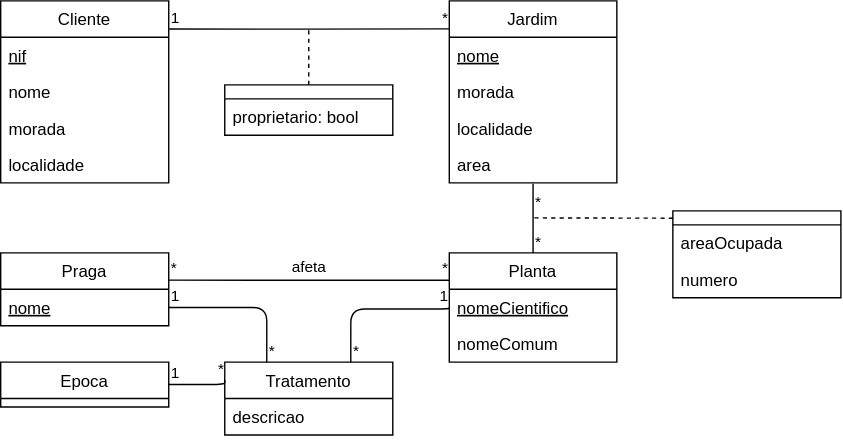
dmfrodrigues/feup-bdad-ex keeps this draw.io diagram as 01-uml/01-P-uml/01.01-P-uml-02.svg. Above is the earlier version. Source tidied: cells renumbered, new cells last; positions are measured from the earlier drawing's top-left corner, leaving out a move shared by most shapes.
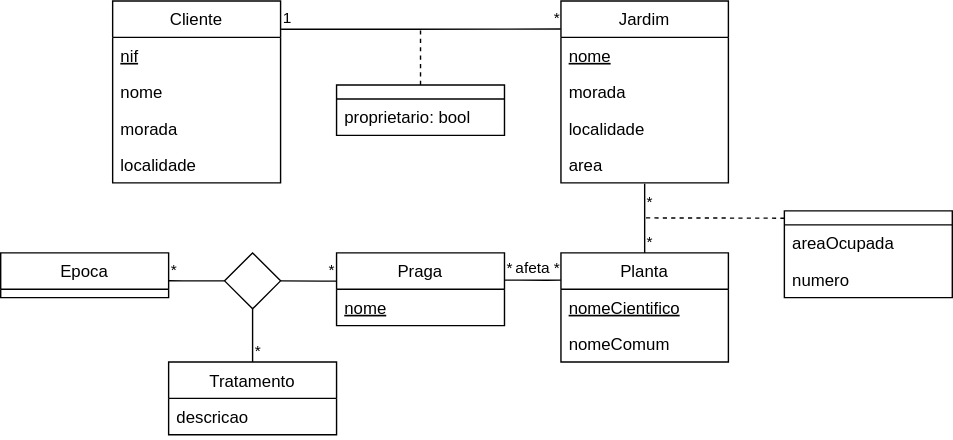
Later version of the same file.

Diff of the diagram source:
```diff
@@ -73,7 +73,8 @@
     <mxCell id="22" value="afeta" style="endArrow=none;html=1;edgeStyle=orthogonalEdgeStyle;exitX=0;exitY=0.25;exitDx=0;exitDy=0;entryX=0.999;entryY=0.374;entryDx=0;entryDy=0;entryPerimeter=0;verticalAlign=bottom;" parent="1" edge="1" source="28" target="31">
       <mxGeometry relative="1" as="geometry">
         <Array as="points">
-          <mxPoint x="260" y="200" />
+          <mxPoint x="300" y="199" />
+          <mxPoint x="300" y="199" />
         </Array>
       </mxGeometry>
     </mxCell>
@@ -101,60 +102,45 @@
     <mxCell id="30" value="nomeComum" style="text;strokeColor=none;fillColor=none;align=left;verticalAlign=top;spacingLeft=4;spacingRight=4;overflow=hidden;fontStyle=0;" parent="28" vertex="1">
       <mxGeometry y="52" width="119.7" height="26" as="geometry" />
     </mxCell>
+    <mxCell id="33" style="endArrow=none;html=1;edgeStyle=orthogonalEdgeStyle;verticalAlign=bottom;entryX=-0.002;entryY=0.389;entryDx=0;entryDy=0;entryPerimeter=0;exitX=1;exitY=0.5;exitDx=0;exitDy=0;" parent="1" edge="1" source="45" target="31">
+      <mxGeometry relative="1" as="geometry">
+        <Array as="points">
+          <mxPoint x="160" y="200" />
+        </Array>
+      </mxGeometry>
+    </mxCell>
+    <mxCell id="35" value="*" style="edgeLabel;html=1;align=right;verticalAlign=bottom;" parent="33" vertex="1">
+      <mxGeometry x="1" relative="1" as="geometry" />
+    </mxCell>
+    <mxCell id="42" style="endArrow=none;html=1;edgeStyle=orthogonalEdgeStyle;verticalAlign=bottom;exitX=0;exitY=0.5;exitDx=0;exitDy=0;entryX=1.002;entryY=0.623;entryDx=0;entryDy=0;entryPerimeter=0;" parent="1" edge="1" source="45" target="41">
+      <mxGeometry relative="1" as="geometry" />
+    </mxCell>
+    <mxCell id="44" value="*" style="edgeLabel;html=1;align=left;verticalAlign=bottom;" parent="42" vertex="1">
+      <mxGeometry x="1" relative="1" as="geometry" />
+    </mxCell>
     <mxCell id="31" value="Praga" style="swimlane;fontStyle=0;horizontal=1;startSize=26;fillColor=none;" parent="1" vertex="1">
-      <mxGeometry y="180" width="120" height="52" as="geometry" />
+      <mxGeometry x="160" y="180" width="120" height="52" as="geometry" />
     </mxCell>
     <mxCell id="32" value="nome" style="text;strokeColor=none;fillColor=none;align=left;verticalAlign=top;spacingLeft=4;spacingRight=4;overflow=hidden;points=[[0,0.5],[1,0.5]];portConstraint=eastwest;fontStyle=4;" parent="31" vertex="1">
       <mxGeometry y="26" width="120" height="26" as="geometry" />
     </mxCell>
-    <mxCell id="33" style="endArrow=none;html=1;edgeStyle=orthogonalEdgeStyle;entryX=1;entryY=0.5;entryDx=0;entryDy=0;verticalAlign=bottom;exitX=0.25;exitY=0;exitDx=0;exitDy=0;" parent="1" edge="1" source="39" target="32">
-      <mxGeometry relative="1" as="geometry">
-        <Array as="points">
-          <mxPoint x="190" y="219" />
-        </Array>
-      </mxGeometry>
-    </mxCell>
-    <mxCell id="34" value="*" style="edgeLabel;html=1;align=left;verticalAlign=bottom;" parent="33" vertex="1">
-      <mxGeometry x="-1" relative="1" as="geometry" />
-    </mxCell>
-    <mxCell id="35" value="1" style="edgeLabel;html=1;align=left;verticalAlign=bottom;" parent="33" vertex="1">
-      <mxGeometry x="1" relative="1" as="geometry" />
-    </mxCell>
-    <mxCell id="36" style="endArrow=none;html=1;edgeStyle=orthogonalEdgeStyle;verticalAlign=bottom;entryX=0;entryY=0.5;entryDx=0;entryDy=0;exitX=0.75;exitY=0;exitDx=0;exitDy=0;" parent="1" edge="1" source="39" target="29">
-      <mxGeometry relative="1" as="geometry">
-        <Array as="points">
-          <mxPoint x="250" y="220" />
-          <mxPoint x="320" y="220" />
-        </Array>
-      </mxGeometry>
-    </mxCell>
-    <mxCell id="37" value="*" style="edgeLabel;html=1;align=left;verticalAlign=bottom;" parent="36" vertex="1">
-      <mxGeometry x="-1" relative="1" as="geometry" />
-    </mxCell>
-    <mxCell id="38" value="1" style="edgeLabel;html=1;align=right;verticalAlign=bottom;" parent="36" vertex="1">
-      <mxGeometry x="1" relative="1" as="geometry" />
-    </mxCell>
+    <mxCell id="45" style="rhombus;whiteSpace=wrap;html=1;" parent="1" vertex="1">
+      <mxGeometry x="80" y="180" width="40" height="40" as="geometry" />
+    </mxCell>
+    <mxCell id="46" style="endArrow=none;html=1;edgeStyle=orthogonalEdgeStyle;verticalAlign=bottom;entryX=0.5;entryY=0;entryDx=0;entryDy=0;exitX=0.5;exitY=1;exitDx=0;exitDy=0;" parent="1" edge="1" source="45" target="39">
+      <mxGeometry relative="1" as="geometry" />
+    </mxCell>
+    <mxCell id="47" value="*" style="edgeLabel;html=1;align=left;verticalAlign=bottom;" parent="46" vertex="1">
+      <mxGeometry x="1" relative="1" as="geometry" />
+    </mxCell>
     <mxCell id="39" value="Tratamento" style="swimlane;fontStyle=0;horizontal=1;startSize=26;fillColor=none;" parent="1" vertex="1">
-      <mxGeometry x="160" y="258" width="120" height="52" as="geometry" />
+      <mxGeometry x="40" y="258" width="120" height="52" as="geometry" />
     </mxCell>
     <mxCell id="40" value="descricao" style="text;strokeColor=none;fillColor=none;align=left;verticalAlign=top;spacingLeft=4;spacingRight=4;overflow=hidden;fontStyle=0;" parent="39" vertex="1">
       <mxGeometry y="26" width="120" height="26" as="geometry" />
     </mxCell>
     <mxCell id="41" value="Epoca" style="swimlane;fontStyle=0;horizontal=1;startSize=26;fillColor=none;" parent="1" vertex="1">
-      <mxGeometry y="258" width="120" height="32" as="geometry" />
+      <mxGeometry x="-80" y="180" width="120" height="32" as="geometry" />
     </mxCell>
-    <mxCell id="42" style="endArrow=none;html=1;edgeStyle=orthogonalEdgeStyle;entryX=1;entryY=0.5;entryDx=0;entryDy=0;verticalAlign=bottom;exitX=0;exitY=0.25;exitDx=0;exitDy=0;" parent="1" edge="1" source="39" target="41">
-      <mxGeometry relative="1" as="geometry">
-        <Array as="points">
-          <mxPoint x="160" y="274" />
-        </Array>
-      </mxGeometry>
-    </mxCell>
-    <mxCell id="43" value="*" style="edgeLabel;html=1;align=right;verticalAlign=bottom;" parent="42" vertex="1">
-      <mxGeometry x="-1" relative="1" as="geometry" />
-    </mxCell>
-    <mxCell id="44" value="1" style="edgeLabel;html=1;align=left;verticalAlign=bottom;" parent="42" vertex="1">
-      <mxGeometry x="1" relative="1" as="geometry" />
-    </mxCell>
   </root>
 </mxGraphModel>
```
